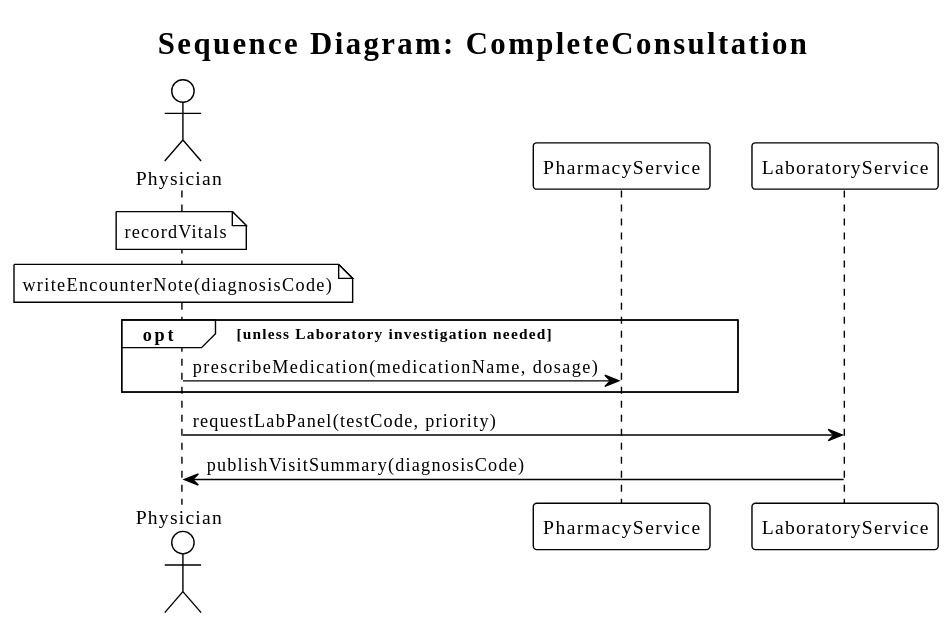
Before: examples/hospital-operations/generated/sequence/HospitalOperations_CompleteConsultation.sequence.svg, a diagram exported from PlantUML (fredoslav2004/modt-core).
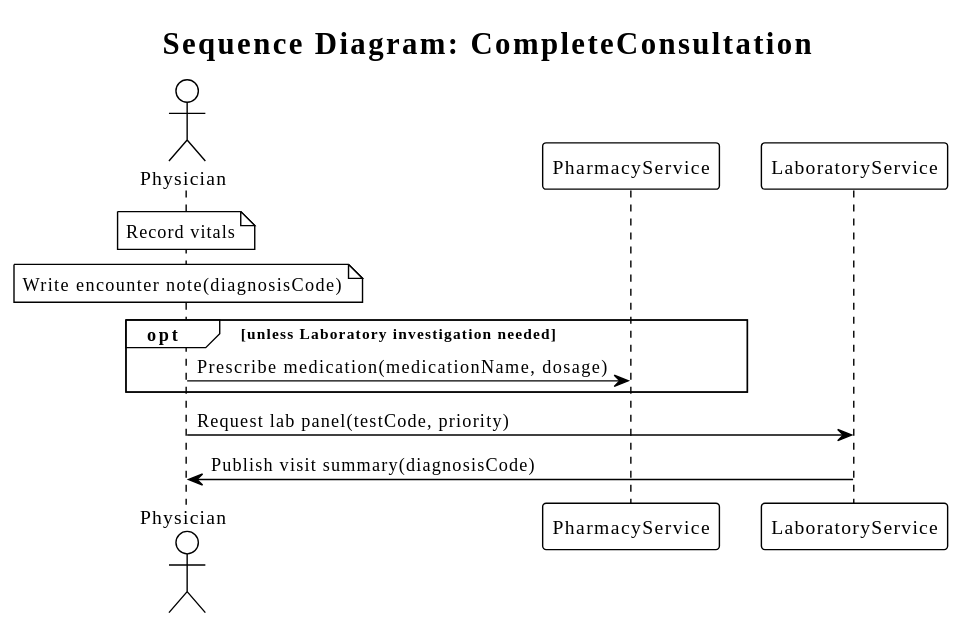
After the commit.

Diff of the diagram source:
```diff
@@ -6,11 +6,11 @@
 participant "PharmacyService" as PharmacyService
 participant "LaboratoryService" as LaboratoryService
 
-note over Actor : recordVitals
-note over Actor : writeEncounterNote(diagnosisCode)
+note over Actor : Record vitals
+note over Actor : Write encounter note(diagnosisCode)
 opt unless Laboratory investigation needed
-Actor -> PharmacyService : prescribeMedication(medicationName, dosage)
+Actor -> PharmacyService : Prescribe medication(medicationName, dosage)
 end
-Actor -> LaboratoryService : requestLabPanel(testCode, priority)
-LaboratoryService -> Actor : publishVisitSummary(diagnosisCode)
+Actor -> LaboratoryService : Request lab panel(testCode, priority)
+LaboratoryService -> Actor : Publish visit summary(diagnosisCode)
 @enduml
```
